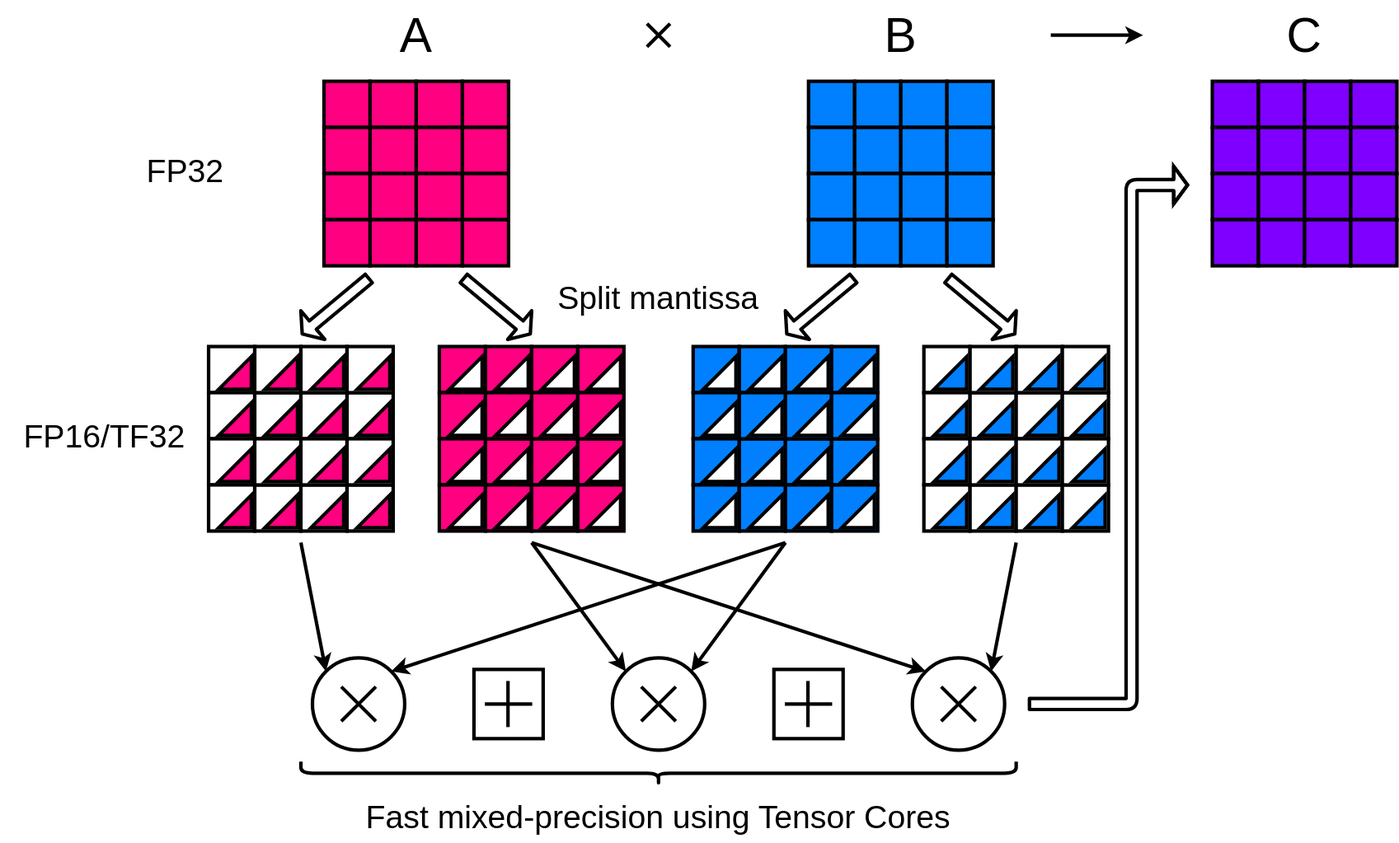
Above: images/tensorcore.svg in enp1s0/enp1s0.github.io (draw.io), before the change. Source tidied: cells renumbered, new cells last; positions are measured from the earlier drawing's top-left corner, leaving out a move shared by most shapes.
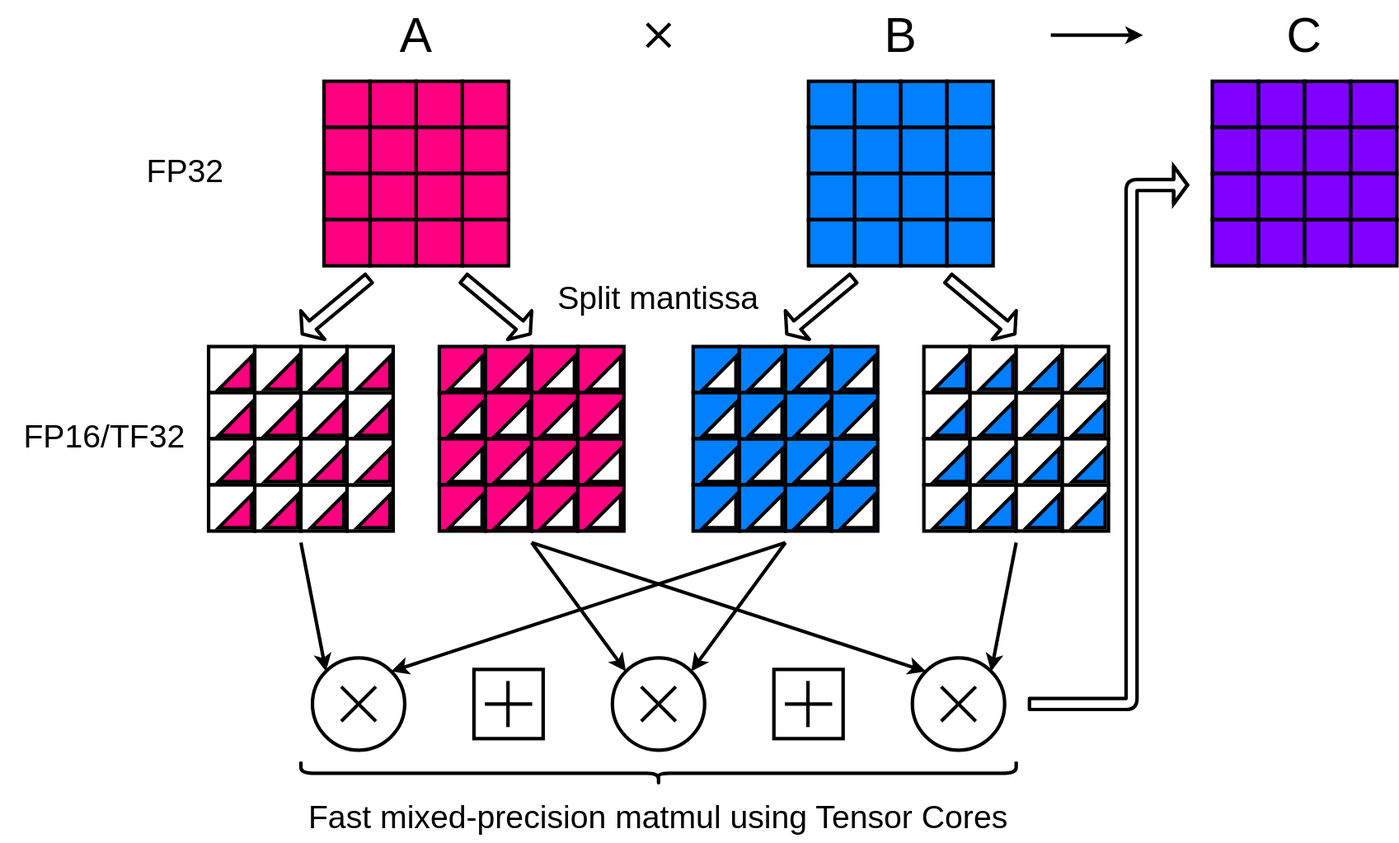
The same diagram one commit later.

Commit message:
Update error correction method image

Diff of the diagram source:
```diff
@@ -629,7 +629,7 @@
     <mxCell id="192" value="Split mantissa" style="text;strokeColor=none;fillColor=none;align=center;verticalAlign=middle;rounded=0;fontSize=28;" parent="1" vertex="1">
       <mxGeometry x="480" y="230" width="180" height="50" as="geometry" />
     </mxCell>
-    <mxCell id="193" value="Fast mixed-precision using Tensor Cores" style="text;strokeColor=none;fillColor=none;align=center;verticalAlign=middle;rounded=0;fontSize=28;" parent="1" vertex="1">
+    <mxCell id="193" value="Fast mixed-precision matmul using Tensor Cores" style="text;strokeColor=none;fillColor=none;align=center;verticalAlign=middle;rounded=0;fontSize=28;" parent="1" vertex="1">
       <mxGeometry x="250" y="680" width="640" height="50" as="geometry" />
     </mxCell>
     <mxCell id="194" style="shape=curlyBracket;whiteSpace=wrap;html=1;rounded=1;fontSize=20;strokeWidth=3;fillColor=#FFFFFF;direction=north;" parent="1" vertex="1">
```
